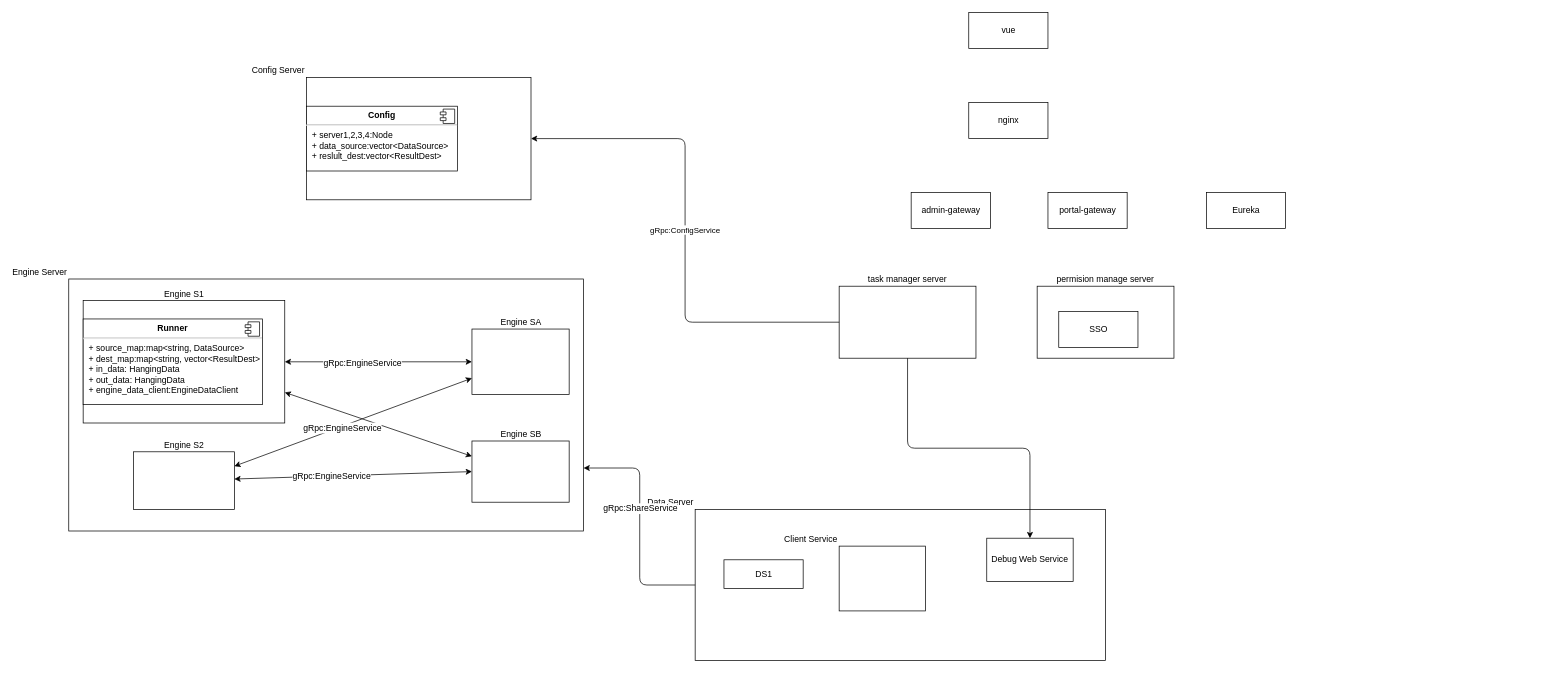
Before: privpy.drawio in yankaili2006/wiki, a draw.io diagram. Source tidied: cells renumbered, new cells numbered last; positions are measured from the earlier drawing's top-left corner, leaving out a move shared by most shapes. Both pictures are drawn from the tidied source at 72%, with x=0, y=0 at pixel (68, 12).
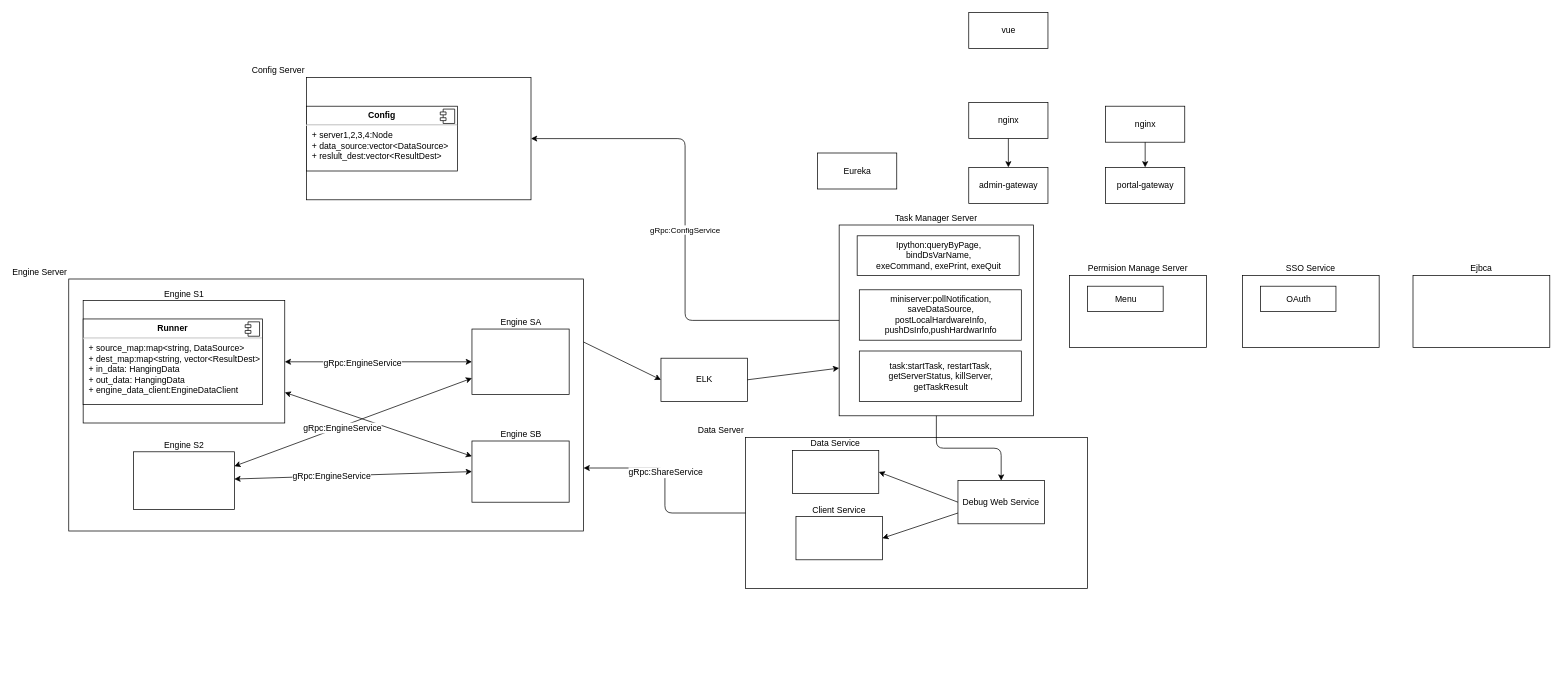
The same diagram, later.

Unchanged cells that the change refers to:
```xml
<mxCell id="2" value="Engine Server" style="whiteSpace=wrap;html=1;align=right;labelPosition=left;verticalLabelPosition=top;verticalAlign=bottom;" parent="1" vertex="1">
  <mxGeometry y="370" width="715" height="350" as="geometry" />
</mxCell>
<mxCell id="31" value="nginx&lt;br&gt;" style="html=1;" parent="1" vertex="1">
  <mxGeometry x="1250" y="125" width="110" height="50" as="geometry" />
</mxCell>
```

What changed in the source:
```diff
@@
     <mxCell id="19" value="Data Server" style="whiteSpace=wrap;html=1;align=right;labelPosition=left;verticalLabelPosition=top;verticalAlign=bottom;" parent="1" vertex="1">
-      <mxGeometry x="870" y="690" width="570" height="210" as="geometry" />
+      <mxGeometry x="940" y="590" width="475" height="210" as="geometry" />
     </mxCell>
-    <mxCell id="20" value="DS1" style="html=1;" parent="19" vertex="1">
-      <mxGeometry x="40" y="70" width="110" height="40" as="geometry" />
-    </mxCell>
     <mxCell id="21" value="Debug Web Service" style="whiteSpace=wrap;html=1;align=center;" parent="19" vertex="1">
-      <mxGeometry x="405" y="40" width="120" height="60" as="geometry" />
+      <mxGeometry x="295" y="60" width="120" height="60" as="geometry" />
     </mxCell>
-    <mxCell id="22" value="Client Service" style="whiteSpace=wrap;html=1;align=right;labelPosition=left;verticalLabelPosition=top;verticalAlign=bottom;" parent="19" vertex="1">
-      <mxGeometry x="200" y="51" width="120" height="90" as="geometry" />
+    <mxCell id="22" value="Client Service" style="whiteSpace=wrap;html=1;align=center;labelPosition=center;verticalLabelPosition=top;verticalAlign=bottom;" parent="19" vertex="1">
+      <mxGeometry x="70" y="110" width="120" height="60" as="geometry" />
     </mxCell>
+    <mxCell id="35" style="endArrow=classic;html=1;entryX=1;entryY=0.5;entryDx=0;entryDy=0;exitX=0;exitY=0.5;exitDx=0;exitDy=0;" parent="19" edge="1" source="21" target="37">
+      <mxGeometry relative="1" as="geometry" />
+    </mxCell>
+    <mxCell id="36" style="endArrow=classic;html=1;exitX=0;exitY=0.75;exitDx=0;exitDy=0;entryX=1;entryY=0.5;entryDx=0;entryDy=0;" parent="19" edge="1" source="21" target="22">
+      <mxGeometry relative="1" as="geometry" />
+    </mxCell>
+    <mxCell id="37" value="Data Service" style="whiteSpace=wrap;html=1;align=center;labelPosition=center;verticalLabelPosition=top;verticalAlign=bottom;" parent="19" vertex="1">
+      <mxGeometry x="65" y="18" width="120" height="60" as="geometry" />
+    </mxCell>
@@
-    <mxCell id="25" value="task manager server" style="whiteSpace=wrap;html=1;align=center;labelPosition=center;verticalLabelPosition=top;verticalAlign=bottom;" parent="1" vertex="1">
-      <mxGeometry x="1070" y="380" width="190" height="100" as="geometry" />
+    <mxCell id="25" value="Task Manager Server" style="whiteSpace=wrap;html=1;align=center;labelPosition=center;verticalLabelPosition=top;verticalAlign=bottom;" parent="1" vertex="1">
+      <mxGeometry x="1070" y="295" width="270" height="265" as="geometry" />
     </mxCell>
+    <mxCell id="38" value="Ipython:queryByPage, &lt;br&gt;bindDsVarName,&lt;br&gt;exeCommand, exePrint, exeQuit&lt;br&gt;" style="html=1;" parent="25" vertex="1">
+      <mxGeometry x="25" y="15" width="225" height="55" as="geometry" />
+    </mxCell>
+    <mxCell id="39" value="miniserver:pollNotification,&lt;br&gt;saveDataSource, &lt;br&gt;postLocalHardwareInfo, &lt;br&gt;pushDsInfo,pushHardwarInfo&lt;br&gt;" style="html=1;" parent="25" vertex="1">
+      <mxGeometry x="28" y="90" width="225" height="70" as="geometry" />
+    </mxCell>
+    <mxCell id="40" value="task:startTask, restartTask, &lt;br&gt;getServerStatus, killServer, &lt;br&gt;getTaskResult&lt;br&gt;" style="html=1;" parent="25" vertex="1">
+      <mxGeometry x="28" y="175" width="225" height="70" as="geometry" />
+    </mxCell>
-    <mxCell id="26" value="permision manage server" style="whiteSpace=wrap;html=1;align=center;labelPosition=center;verticalLabelPosition=top;verticalAlign=bottom;" parent="1" vertex="1">
-      <mxGeometry x="1345" y="380" width="190" height="100" as="geometry" />
+    <mxCell id="26" value="Permision Manage Server" style="whiteSpace=wrap;html=1;align=center;labelPosition=center;verticalLabelPosition=top;verticalAlign=bottom;" parent="1" vertex="1">
+      <mxGeometry x="1390" y="365" width="190" height="100" as="geometry" />
     </mxCell>
-    <mxCell id="27" value="SSO" style="html=1;" parent="26" vertex="1">
-      <mxGeometry x="30" y="35" width="110" height="50" as="geometry" />
-    </mxCell>
+    <mxCell id="41" value="Menu" style="html=1;" parent="26" vertex="1">
+      <mxGeometry x="25" y="15" width="105" height="35" as="geometry" />
+    </mxCell>
     <mxCell id="28" value="admin-gateway" style="html=1;" parent="1" vertex="1">
-      <mxGeometry x="1170" y="250" width="110" height="50" as="geometry" />
+      <mxGeometry x="1250" y="215" width="110" height="50" as="geometry" />
     </mxCell>
     <mxCell id="29" value="portal-gateway" style="html=1;" parent="1" vertex="1">
-      <mxGeometry x="1360" y="250" width="110" height="50" as="geometry" />
+      <mxGeometry x="1440" y="215" width="110" height="50" as="geometry" />
     </mxCell>
@@
     <mxCell id="32" value="Eureka&lt;br&gt;" style="html=1;" parent="1" vertex="1">
-      <mxGeometry x="1580" y="250" width="110" height="50" as="geometry" />
+      <mxGeometry x="1040" y="195" width="110" height="50" as="geometry" />
     </mxCell>
@@
+    <mxCell id="42" value="nginx&lt;br&gt;" style="html=1;" parent="1" vertex="1">
+      <mxGeometry x="1440" y="130" width="110" height="50" as="geometry" />
+    </mxCell>
+    <mxCell id="43" value="ELK" style="whiteSpace=wrap;html=1;align=center;" parent="1" vertex="1">
+      <mxGeometry x="822.5" y="480" width="120" height="60" as="geometry" />
+    </mxCell>
+    <mxCell id="44" style="endArrow=classic;html=1;entryX=0;entryY=0.5;entryDx=0;entryDy=0;exitX=1;exitY=0.25;exitDx=0;exitDy=0;" parent="1" edge="1" source="2" target="43">
+      <mxGeometry relative="1" as="geometry" />
+    </mxCell>
+    <mxCell id="45" style="endArrow=classic;html=1;exitX=1;exitY=0.5;exitDx=0;exitDy=0;entryX=0;entryY=0.75;entryDx=0;entryDy=0;" parent="1" edge="1" source="43" target="25">
+      <mxGeometry relative="1" as="geometry" />
+    </mxCell>
+    <mxCell id="46" style="endArrow=classic;html=1;exitX=0.5;exitY=1;exitDx=0;exitDy=0;entryX=0.5;entryY=0;entryDx=0;entryDy=0;" parent="1" edge="1" source="31" target="28">
+      <mxGeometry relative="1" as="geometry" />
+    </mxCell>
+    <mxCell id="47" style="endArrow=classic;html=1;exitX=0.5;exitY=1;exitDx=0;exitDy=0;" parent="1" edge="1" source="42" target="29">
+      <mxGeometry relative="1" as="geometry" />
+    </mxCell>
+    <mxCell id="48" value="SSO Service" style="whiteSpace=wrap;html=1;align=center;labelPosition=center;verticalLabelPosition=top;verticalAlign=bottom;" parent="1" vertex="1">
+      <mxGeometry x="1630" y="365" width="190" height="100" as="geometry" />
+    </mxCell>
+    <mxCell id="49" value="OAuth" style="html=1;" parent="48" vertex="1">
+      <mxGeometry x="25" y="15" width="105" height="35" as="geometry" />
+    </mxCell>
+    <mxCell id="50" value="Ejbca" style="whiteSpace=wrap;html=1;align=center;labelPosition=center;verticalLabelPosition=top;verticalAlign=bottom;" parent="1" vertex="1">
+      <mxGeometry x="1867" y="365" width="190" height="100" as="geometry" />
+    </mxCell>
```
